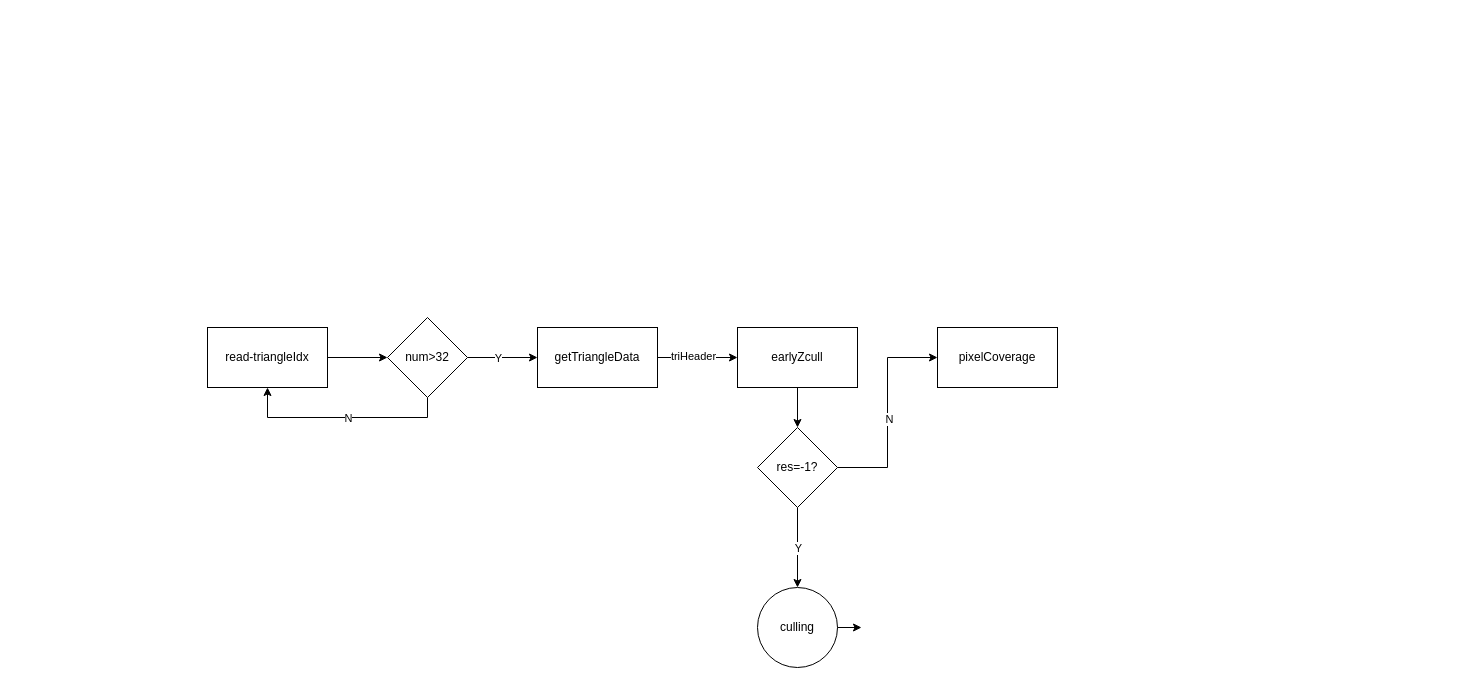
This is fine_raster.drawio from spaceboy202105/img, a draw.io file, before an edit. Source tidied: cells renumbered, new cells numbered last; positions are measured from the earlier drawing's top-left corner, leaving out a move shared by most shapes. Both pictures are drawn from the tidied source at 100%, with x=0, y=0 at pixel (207, 317).
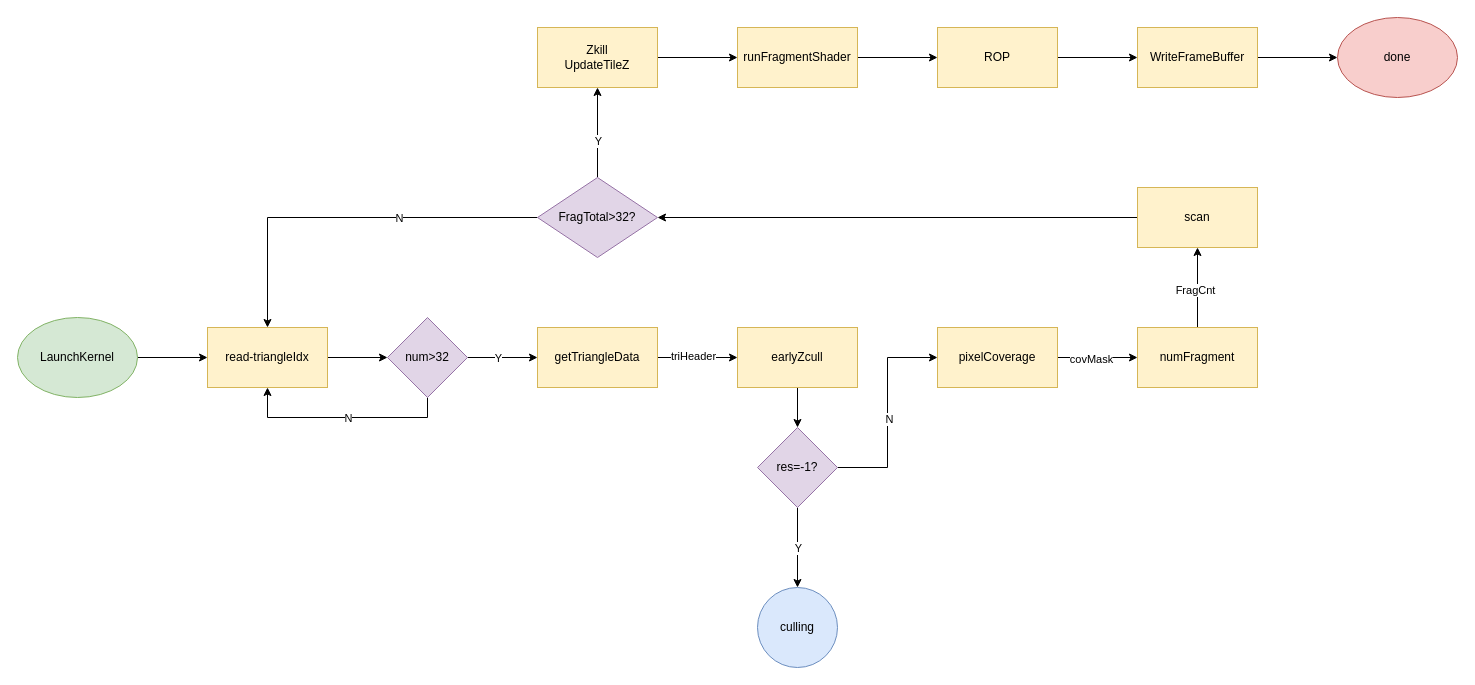
The same diagram, later.

The edit, as a diff of the source:
```diff
@@
-    <mxCell id="2" style="edgeStyle=orthogonalEdgeStyle;rounded=0;orthogonalLoop=1;jettySize=auto;html=1;" parent="1" edge="1">
-      <mxGeometry relative="1" as="geometry">
-        <mxPoint x="574" y="310" as="sourcePoint" />
-        <mxPoint x="654" y="310" as="targetPoint" />
-      </mxGeometry>
-    </mxCell>
@@
-    <mxCell id="4" value="read-triangleIdx" style="rounded=0;whiteSpace=wrap;html=1;" parent="1" vertex="1">
+    <mxCell id="4" value="read-triangleIdx" style="rounded=0;whiteSpace=wrap;html=1;fillColor=#fff2cc;strokeColor=#d6b656;" parent="1" vertex="1">
       <mxGeometry y="10" width="120" height="60" as="geometry" />
     </mxCell>
@@
-    <mxCell id="7" value="getTriangleData" style="rounded=0;whiteSpace=wrap;html=1;" parent="1" vertex="1">
+    <mxCell id="7" value="getTriangleData" style="rounded=0;whiteSpace=wrap;html=1;fillColor=#fff2cc;strokeColor=#d6b656;" parent="1" vertex="1">
       <mxGeometry x="330" y="10" width="120" height="60" as="geometry" />
     </mxCell>
@@
-    <mxCell id="12" value="num&amp;gt;32" style="rhombus;whiteSpace=wrap;html=1;rounded=0;" parent="1" vertex="1">
+    <mxCell id="12" value="num&amp;gt;32" style="rhombus;whiteSpace=wrap;html=1;rounded=0;fillColor=#e1d5e7;strokeColor=#9673a6;" parent="1" vertex="1">
       <mxGeometry x="180" width="80" height="80" as="geometry" />
     </mxCell>
@@
-    <mxCell id="14" value="earlyZcull" style="rounded=0;whiteSpace=wrap;html=1;" parent="1" vertex="1">
+    <mxCell id="14" value="earlyZcull" style="rounded=0;whiteSpace=wrap;html=1;fillColor=#fff2cc;strokeColor=#d6b656;" parent="1" vertex="1">
       <mxGeometry x="530" y="10" width="120" height="60" as="geometry" />
     </mxCell>
+    <mxCell id="22" style="edgeStyle=orthogonalEdgeStyle;rounded=0;jettySize=auto;html=1;" parent="1" edge="1" source="15" target="26">
+      <mxGeometry relative="1" as="geometry" />
+    </mxCell>
+    <mxCell id="23" value="covMask" style="edgeLabel;html=1;align=center;verticalAlign=middle;" parent="22" vertex="1">
+      <mxGeometry x="-0.17" y="-1" relative="1" as="geometry" />
+    </mxCell>
-    <mxCell id="15" value="pixelCoverage" style="rounded=0;whiteSpace=wrap;html=1;" parent="1" vertex="1">
+    <mxCell id="15" value="pixelCoverage" style="rounded=0;whiteSpace=wrap;html=1;fillColor=#fff2cc;strokeColor=#d6b656;" parent="1" vertex="1">
       <mxGeometry x="730" y="10" width="120" height="60" as="geometry" />
     </mxCell>
@@
-    <mxCell id="20" value="res=-1?" style="rhombus;whiteSpace=wrap;html=1;rounded=0;" parent="1" vertex="1">
+    <mxCell id="20" value="res=-1?" style="rhombus;whiteSpace=wrap;html=1;rounded=0;fillColor=#e1d5e7;strokeColor=#9673a6;" parent="1" vertex="1">
       <mxGeometry x="550" y="110" width="80" height="80" as="geometry" />
     </mxCell>
-    <mxCell id="21" value="culling" style="ellipse;whiteSpace=wrap;html=1;rounded=0;" parent="1" vertex="1">
+    <mxCell id="21" value="culling" style="ellipse;whiteSpace=wrap;html=1;rounded=0;fillColor=#dae8fc;strokeColor=#6c8ebf;" parent="1" vertex="1">
       <mxGeometry x="550" y="270" width="80" height="80" as="geometry" />
     </mxCell>
+    <mxCell id="24" style="edgeStyle=orthogonalEdgeStyle;rounded=0;jettySize=auto;html=1;" parent="1" edge="1" source="26" target="28">
+      <mxGeometry relative="1" as="geometry" />
+    </mxCell>
+    <mxCell id="25" value="FragCnt" style="edgeLabel;html=1;align=center;verticalAlign=middle;" parent="24" vertex="1">
+      <mxGeometry x="-0.05" y="3" relative="1" as="geometry" />
+    </mxCell>
+    <mxCell id="26" value="numFragment" style="rounded=0;whiteSpace=wrap;html=1;fillColor=#fff2cc;strokeColor=#d6b656;" parent="1" vertex="1">
+      <mxGeometry x="930" y="10" width="120" height="60" as="geometry" />
+    </mxCell>
+    <mxCell id="27" style="edgeStyle=orthogonalEdgeStyle;rounded=0;jettySize=auto;html=1;" parent="1" edge="1" source="28" target="33">
+      <mxGeometry relative="1" as="geometry" />
+    </mxCell>
+    <mxCell id="28" value="scan" style="rounded=0;whiteSpace=wrap;html=1;fillColor=#fff2cc;strokeColor=#d6b656;" parent="1" vertex="1">
+      <mxGeometry x="930" y="-130" width="120" height="60" as="geometry" />
+    </mxCell>
+    <mxCell id="29" style="edgeStyle=orthogonalEdgeStyle;rounded=0;jettySize=auto;html=1;entryX=0.5;entryY=0;entryDx=0;entryDy=0;" parent="1" edge="1" source="33" target="4">
+      <mxGeometry relative="1" as="geometry" />
+    </mxCell>
+    <mxCell id="30" value="N" style="edgeLabel;html=1;align=center;verticalAlign=middle;" parent="29" vertex="1">
+      <mxGeometry x="-0.27" relative="1" as="geometry" />
+    </mxCell>
+    <mxCell id="31" style="edgeStyle=orthogonalEdgeStyle;rounded=0;jettySize=auto;html=1;" parent="1" edge="1" source="33" target="35">
+      <mxGeometry relative="1" as="geometry" />
+    </mxCell>
+    <mxCell id="32" value="Y" style="edgeLabel;html=1;align=center;verticalAlign=middle;" parent="31" vertex="1">
+      <mxGeometry x="-0.18" y="-1" relative="1" as="geometry">
+        <mxPoint x="-1" as="offset" />
+      </mxGeometry>
+    </mxCell>
+    <mxCell id="33" value="FragTotal&amp;gt;32?" style="rhombus;whiteSpace=wrap;html=1;rounded=0;fillColor=#e1d5e7;strokeColor=#9673a6;" parent="1" vertex="1">
+      <mxGeometry x="330" y="-140" width="120" height="80" as="geometry" />
+    </mxCell>
+    <mxCell id="34" style="edgeStyle=orthogonalEdgeStyle;rounded=0;jettySize=auto;html=1;" parent="1" edge="1" source="35" target="37">
+      <mxGeometry relative="1" as="geometry" />
+    </mxCell>
+    <mxCell id="35" value="Zkill&lt;div&gt;UpdateTileZ&lt;/div&gt;" style="whiteSpace=wrap;html=1;rounded=0;fillColor=#fff2cc;strokeColor=#d6b656;" parent="1" vertex="1">
+      <mxGeometry x="330" y="-290" width="120" height="60" as="geometry" />
+    </mxCell>
+    <mxCell id="36" style="edgeStyle=orthogonalEdgeStyle;rounded=0;jettySize=auto;html=1;" parent="1" edge="1" source="37" target="39">
+      <mxGeometry relative="1" as="geometry" />
+    </mxCell>
+    <mxCell id="37" value="runFragmentShader" style="whiteSpace=wrap;html=1;rounded=0;fillColor=#fff2cc;strokeColor=#d6b656;" parent="1" vertex="1">
+      <mxGeometry x="530" y="-290" width="120" height="60" as="geometry" />
+    </mxCell>
+    <mxCell id="38" style="edgeStyle=orthogonalEdgeStyle;rounded=0;jettySize=auto;html=1;" parent="1" edge="1" source="39" target="41">
+      <mxGeometry relative="1" as="geometry" />
+    </mxCell>
+    <mxCell id="39" value="ROP" style="whiteSpace=wrap;html=1;rounded=0;fillColor=#fff2cc;strokeColor=#d6b656;" parent="1" vertex="1">
+      <mxGeometry x="730" y="-290" width="120" height="60" as="geometry" />
+    </mxCell>
+    <mxCell id="40" style="edgeStyle=orthogonalEdgeStyle;rounded=0;jettySize=auto;html=1;" parent="1" edge="1" source="41" target="44">
+      <mxGeometry relative="1" as="geometry" />
+    </mxCell>
+    <mxCell id="41" value="WriteFrameBuffer" style="whiteSpace=wrap;html=1;rounded=0;fillColor=#fff2cc;strokeColor=#d6b656;" parent="1" vertex="1">
+      <mxGeometry x="930" y="-290" width="120" height="60" as="geometry" />
+    </mxCell>
+    <mxCell id="42" style="edgeStyle=orthogonalEdgeStyle;rounded=0;jettySize=auto;html=1;" parent="1" edge="1" source="43" target="4">
+      <mxGeometry relative="1" as="geometry" />
+    </mxCell>
+    <mxCell id="43" value="LaunchKernel" style="ellipse;whiteSpace=wrap;html=1;fillColor=#d5e8d4;strokeColor=#82b366;" parent="1" vertex="1">
+      <mxGeometry x="-190" width="120" height="80" as="geometry" />
+    </mxCell>
+    <mxCell id="44" value="done" style="ellipse;whiteSpace=wrap;html=1;fillColor=#f8cecc;strokeColor=#b85450;" parent="1" vertex="1">
+      <mxGeometry x="1130" y="-300" width="120" height="80" as="geometry" />
+    </mxCell>
```
